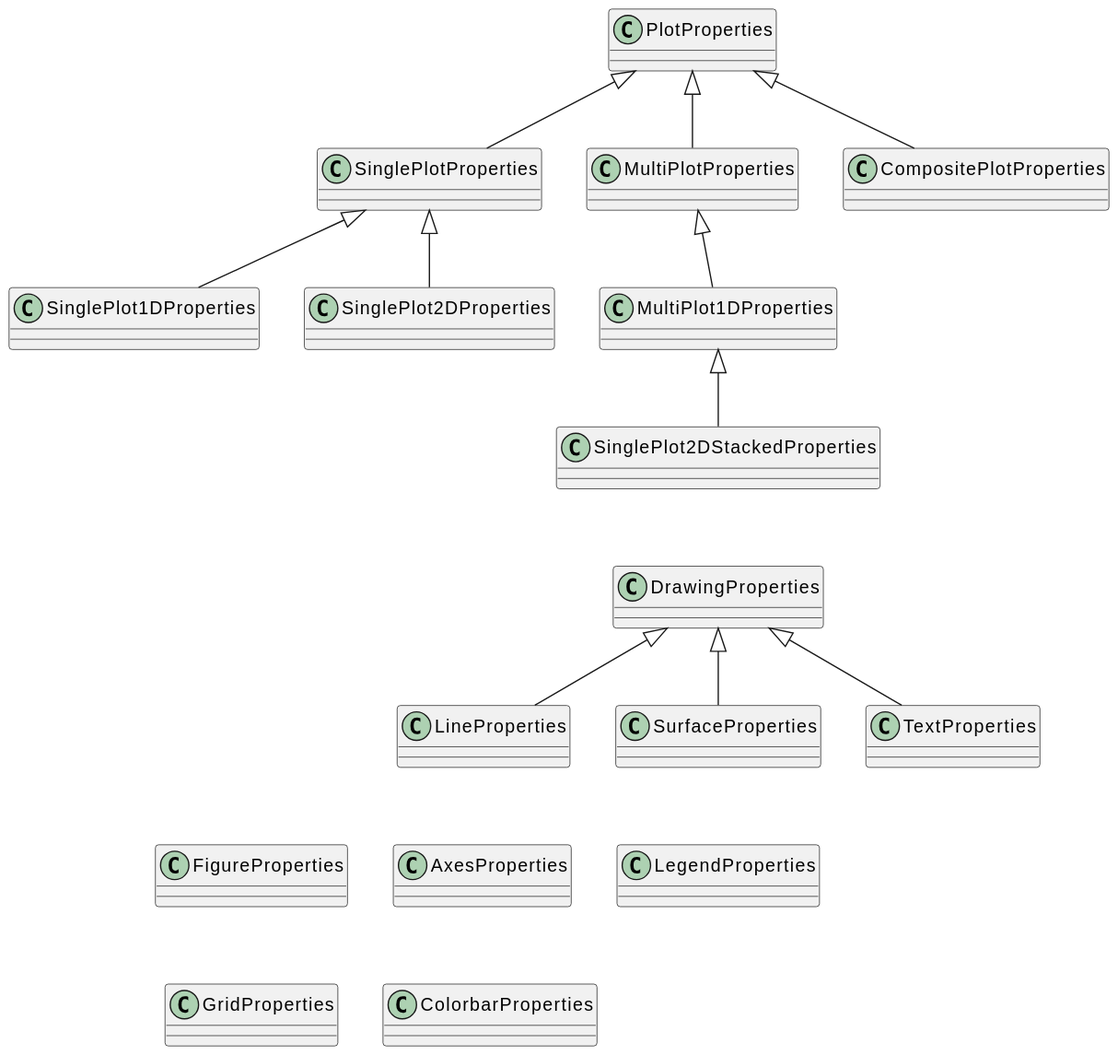
This is docs/uml/aspecd.plotting.PlotProperties-overview.svg from tillbiskup/aspecd, a PlantUML export, as it was before one commit.
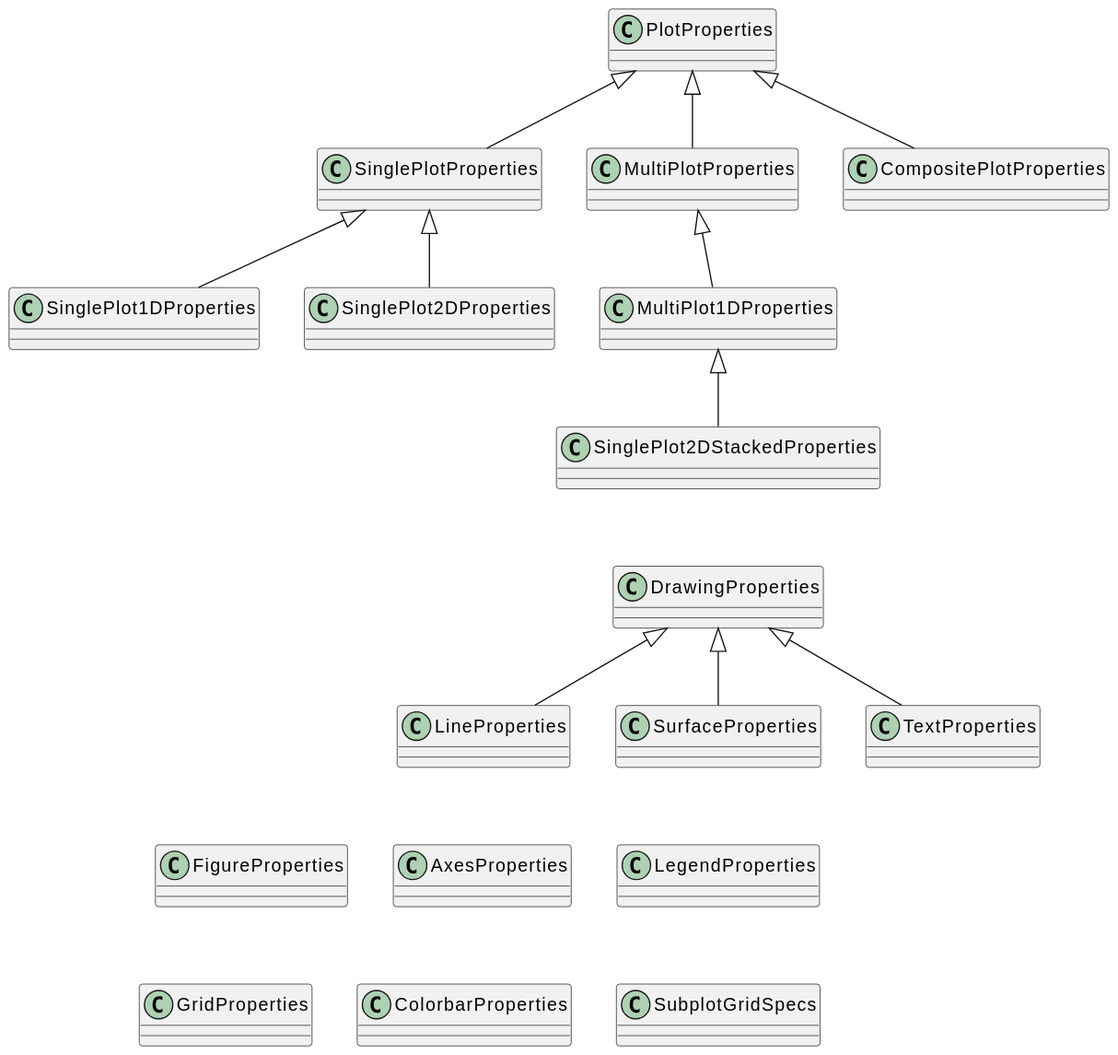
Above is the later version.

What changed in the source:
```diff
@@ -42,6 +42,8 @@
 }
 class LegendProperties {
 }
+class SubplotGridSpecs {
+}
 
 SinglePlotProperties -[hidden]> MultiPlotProperties
 MultiPlotProperties -[hidden]> CompositePlotProperties
@@ -52,6 +54,7 @@
 AxesProperties -[hidden]> LegendProperties
 SurfaceProperties -[hidden]-> LegendProperties
 
-FigureProperties -[hidden]-> GridProperties
+LegendProperties -[hidden]-> SubplotGridSpecs
 GridProperties -[hidden]> ColorbarProperties
+ColorbarProperties -[hidden]> SubplotGridSpecs
 @enduml
```
